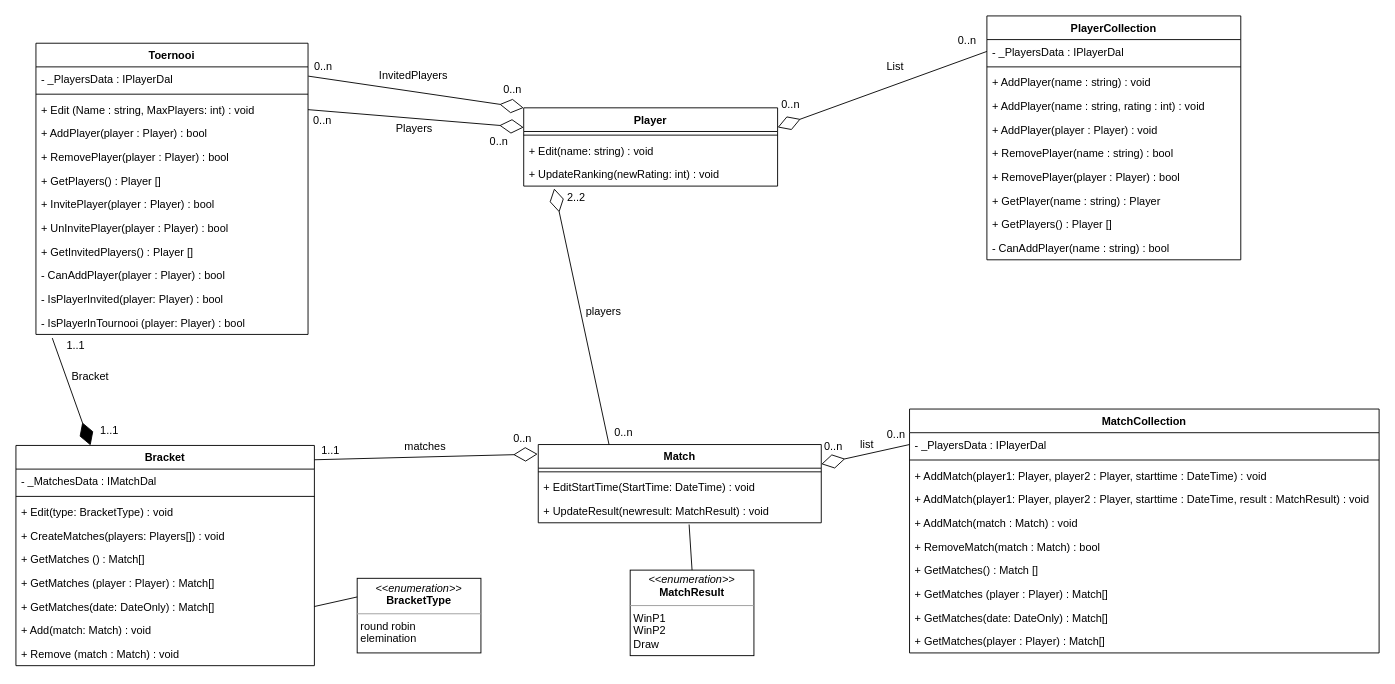
BartSchool/Semester-2 keeps this draw.io diagram as SBS CoreLayer ClassDiagram.drawio. Above is the earlier version. Source tidied: cells renumbered, new cells numbered last; positions are measured from the earlier drawing's top-left corner, leaving out a move shared by most shapes. Both pictures are drawn from the tidied source at 91%, with x=0, y=0 at pixel (15, 15).
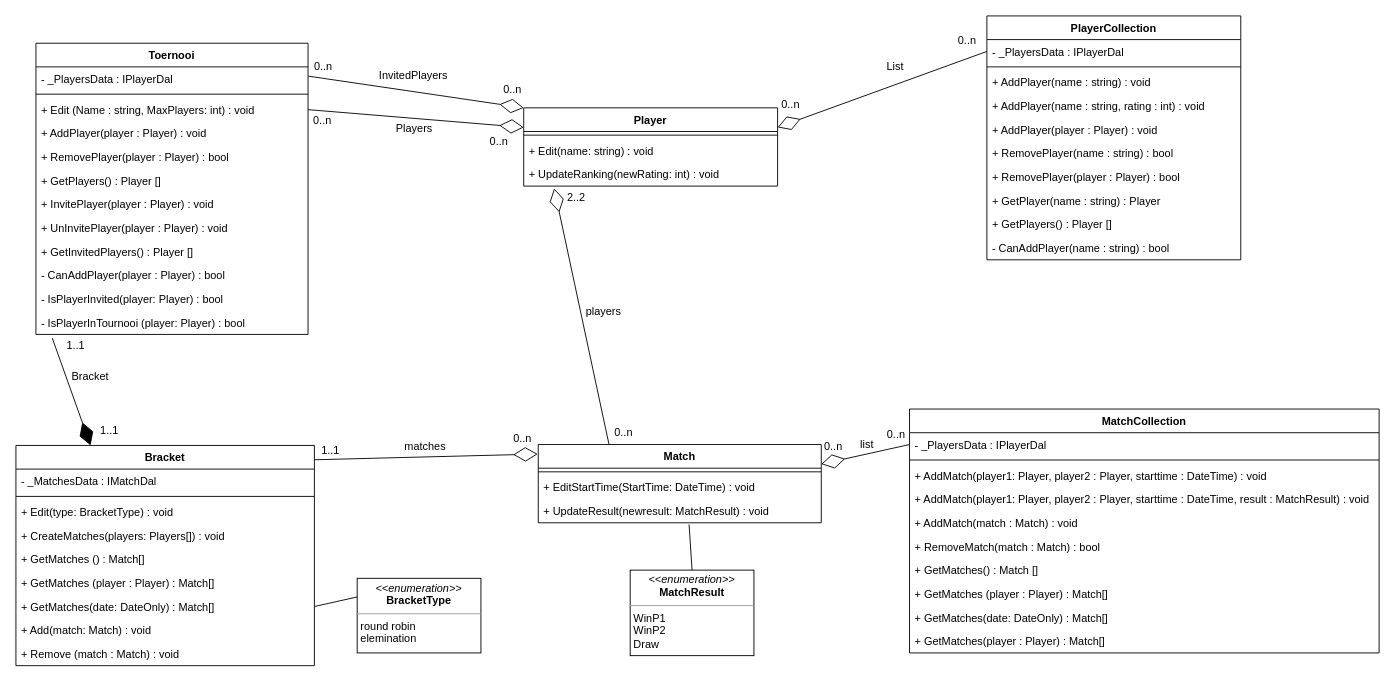
Above is the later version.

Unchanged cells that the change refers to:
```xml
<mxCell id="2" value="Toernooi" style="swimlane;fontStyle=1;align=center;verticalAlign=top;horizontal=1;startSize=26;" parent="1" vertex="1">
  <mxGeometry x="22" y="30" width="299" height="320" as="geometry" />
</mxCell>
```

Diff of the diagram source:
```diff
@@
-    <mxCell id="6" value="+ AddPlayer(player : Player) : bool" style="text;strokeColor=none;fillColor=none;align=left;verticalAlign=top;spacingLeft=4;spacingRight=4;overflow=hidden;" parent="2" vertex="1">
+    <mxCell id="6" value="+ AddPlayer(player : Player) : void" style="text;strokeColor=none;fillColor=none;align=left;verticalAlign=top;spacingLeft=4;spacingRight=4;overflow=hidden;" parent="2" vertex="1">
       <mxGeometry y="86" width="299" height="26" as="geometry" />
     </mxCell>
@@
-    <mxCell id="9" value="+ InvitePlayer(player : Player) : bool" style="text;strokeColor=none;fillColor=none;align=left;verticalAlign=top;spacingLeft=4;spacingRight=4;overflow=hidden;" parent="2" vertex="1">
+    <mxCell id="9" value="+ InvitePlayer(player : Player) : void" style="text;strokeColor=none;fillColor=none;align=left;verticalAlign=top;spacingLeft=4;spacingRight=4;overflow=hidden;" parent="2" vertex="1">
       <mxGeometry y="164" width="299" height="26" as="geometry" />
     </mxCell>
-    <mxCell id="10" value="+ UnInvitePlayer(player : Player) : bool" style="text;strokeColor=none;fillColor=none;align=left;verticalAlign=top;spacingLeft=4;spacingRight=4;overflow=hidden;" parent="2" vertex="1">
+    <mxCell id="10" value="+ UnInvitePlayer(player : Player) : void" style="text;strokeColor=none;fillColor=none;align=left;verticalAlign=top;spacingLeft=4;spacingRight=4;overflow=hidden;" parent="2" vertex="1">
       <mxGeometry y="190" width="299" height="26" as="geometry" />
     </mxCell>
```
